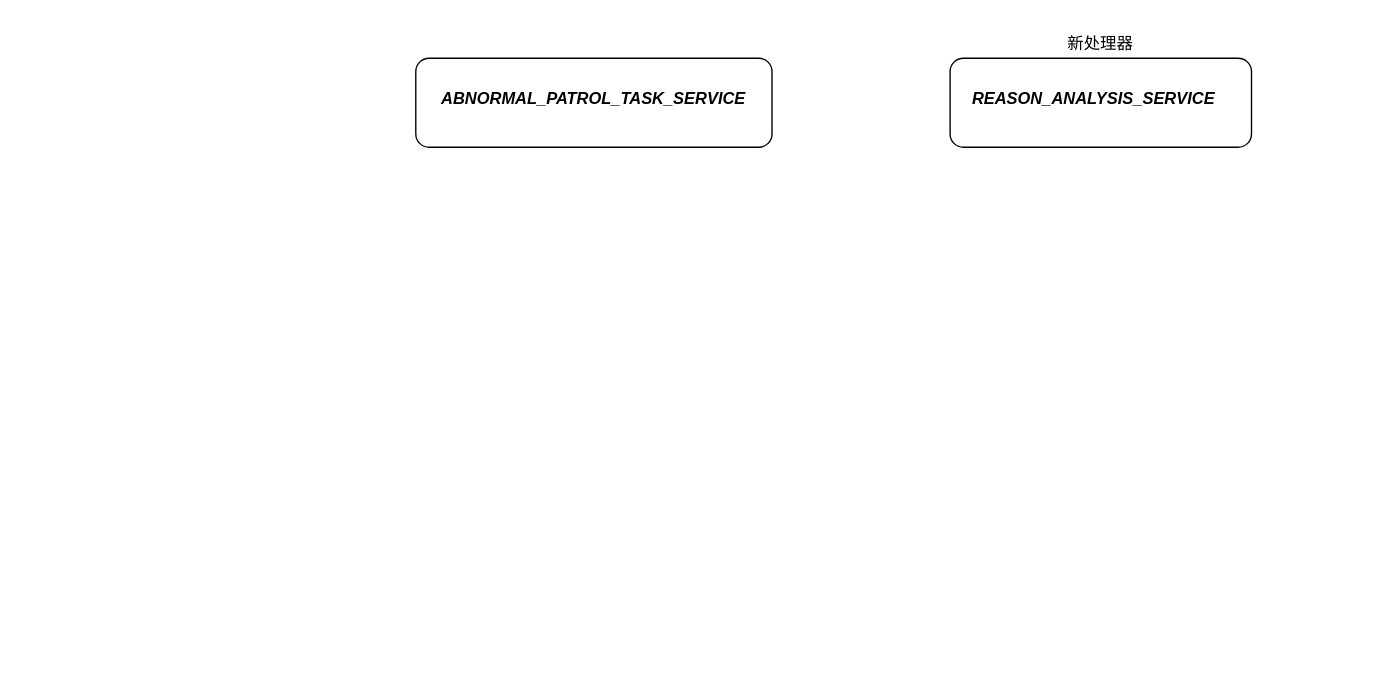
Earlier version of the draw.io diagram 缺肥诊断.drawio (RK-JD/DrawIO). Source tidied: cells renumbered, new cells numbered last; positions are measured from the earlier drawing's top-left corner, leaving out a move shared by most shapes. Both pictures are drawn from the tidied source at 137%, with x=0, y=0 at pixel (415, 23).
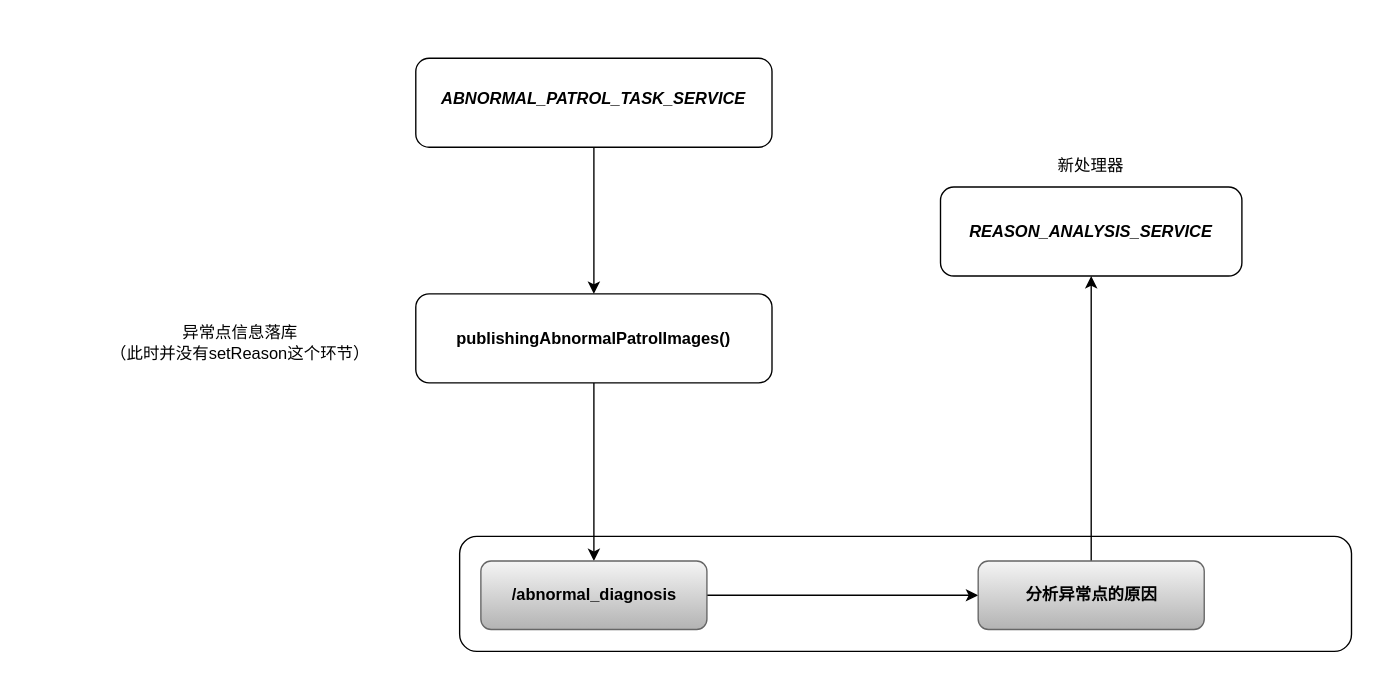
Above is the later version.

Commit message (it also covers changes not shown here):
更新缺肥诊断.drawio

What changed in the source:
```diff
@@
 <mxGraphModel>
   <root>
     <mxCell id="0" />
     <mxCell id="1" parent="0" />
+    <mxCell id="7" style="rounded=1;whiteSpace=wrap;html=1;" parent="1" vertex="1">
+      <mxGeometry x="32" y="374" width="651" height="84" as="geometry" />
+    </mxCell>
+    <mxCell id="8" style="edgeStyle=orthogonalEdgeStyle;rounded=0;jettySize=auto;html=1;exitX=0.5;exitY=1;exitDx=0;exitDy=0;entryX=0.5;entryY=0;entryDx=0;entryDy=0;" parent="1" edge="1" source="9" target="14">
+      <mxGeometry relative="1" as="geometry" />
+    </mxCell>
+    <mxCell id="9" value="&lt;span style=&quot;text-align: left;&quot;&gt;&lt;b&gt;publishingAbnormalPatrolImages()&lt;/b&gt;&lt;/span&gt;" style="rounded=1;whiteSpace=wrap;html=1;" parent="1" vertex="1">
+      <mxGeometry y="197" width="260" height="65" as="geometry" />
+    </mxCell>
-    <mxCell id="2" style="rounded=1;whiteSpace=wrap;html=1;" parent="1" vertex="1">
-      <mxGeometry x="390" y="25" width="220" height="65" as="geometry" />
+    <mxCell id="2" value="&lt;b&gt;&lt;i&gt;REASON_ANALYSIS_SERVICE&lt;/i&gt;&lt;/b&gt;" style="rounded=1;whiteSpace=wrap;html=1;" parent="1" vertex="1">
+      <mxGeometry x="383" y="119" width="220" height="65" as="geometry" />
     </mxCell>
-    <mxCell id="3" value="&lt;b&gt;&lt;i&gt;REASON_ANALYSIS_SERVICE&lt;/i&gt;&lt;/b&gt;" style="text;html=1;align=center;verticalAlign=middle;whiteSpace=wrap;rounded=0;" parent="1" vertex="1">
-      <mxGeometry x="390" y="40" width="210" height="30" as="geometry" />
-    </mxCell>
     <mxCell id="4" value="新处理器" style="text;html=1;align=center;verticalAlign=middle;whiteSpace=wrap;rounded=0;" parent="1" vertex="1">
-      <mxGeometry x="470" width="60" height="30" as="geometry" />
+      <mxGeometry x="463" y="89" width="60" height="30" as="geometry" />
     </mxCell>
+    <mxCell id="10" style="edgeStyle=orthogonalEdgeStyle;rounded=0;jettySize=auto;html=1;exitX=0.5;exitY=1;exitDx=0;exitDy=0;entryX=0.5;entryY=0;entryDx=0;entryDy=0;" parent="1" edge="1" source="5" target="9">
+      <mxGeometry relative="1" as="geometry" />
+    </mxCell>
     <mxCell id="5" style="rounded=1;whiteSpace=wrap;html=1;" parent="1" vertex="1">
       <mxGeometry y="25" width="260" height="65" as="geometry" />
     </mxCell>
     <mxCell id="6" value="&lt;b&gt;&lt;i&gt;ABNORMAL_PATROL_TASK_SERVICE&lt;/i&gt;&lt;/b&gt;" style="text;html=1;align=center;verticalAlign=middle;whiteSpace=wrap;rounded=0;" parent="1" vertex="1">
       <mxGeometry x="25" y="40" width="210" height="30" as="geometry" />
     </mxCell>
+    <mxCell id="11" value="&lt;article class=&quot;4ever-article&quot; data-clipboard-cangjie=&quot;[&amp;quot;root&amp;quot;,{},[&amp;quot;p&amp;quot;,{},[&amp;quot;span&amp;quot;,{&amp;quot;data-type&amp;quot;:&amp;quot;text&amp;quot;},[&amp;quot;span&amp;quot;,{&amp;quot;bold&amp;quot;:true,&amp;quot;fonts&amp;quot;:{&amp;quot;hint&amp;quot;:&amp;quot;eastAsia&amp;quot;},&amp;quot;data-type&amp;quot;:&amp;quot;leaf&amp;quot;},&amp;quot;/&amp;quot;],[&amp;quot;span&amp;quot;,{&amp;quot;bold&amp;quot;:true,&amp;quot;data-type&amp;quot;:&amp;quot;leaf&amp;quot;},&amp;quot;abnormal_diagnosis&amp;quot;]]]]&quot;&gt;&lt;p style=&quot;text-align:left;text-indent:0;margin-left:0;margin-top:0;margin-bottom:0&quot;&gt;&lt;br&gt;&lt;/p&gt;&lt;/article&gt;" style="text;whiteSpace=wrap;html=1;" parent="1" vertex="1">
+      <mxGeometry x="-286" y="357" width="160" height="40" as="geometry" />
+    </mxCell>
+    <mxCell id="12" value="异常点信息落库&lt;div&gt;（此时并没有setReason这个环节）&lt;/div&gt;" style="text;html=1;align=center;verticalAlign=middle;whiteSpace=wrap;rounded=0;" parent="1" vertex="1">
+      <mxGeometry x="-229" y="218" width="202" height="30" as="geometry" />
+    </mxCell>
+    <mxCell id="13" style="edgeStyle=orthogonalEdgeStyle;rounded=0;jettySize=auto;html=1;exitX=1;exitY=0.5;exitDx=0;exitDy=0;" parent="1" edge="1" source="14" target="16">
+      <mxGeometry relative="1" as="geometry" />
+    </mxCell>
+    <mxCell id="14" value="&lt;span style=&quot;text-align: left; font-weight: bold; font-family: undefined, undefined, undefined, undefined;&quot;&gt;/&lt;/span&gt;&lt;span style=&quot;text-align: left; font-weight: bold;&quot;&gt;abnormal_diagnosis&lt;/span&gt;" style="rounded=1;whiteSpace=wrap;html=1;fillColor=#f5f5f5;gradientColor=#b3b3b3;strokeColor=#666666;" parent="1" vertex="1">
+      <mxGeometry x="47.5" y="392" width="165" height="50" as="geometry" />
+    </mxCell>
+    <mxCell id="15" style="edgeStyle=orthogonalEdgeStyle;rounded=0;jettySize=auto;html=1;exitX=0.5;exitY=0;exitDx=0;exitDy=0;entryX=0.5;entryY=1;entryDx=0;entryDy=0;" parent="1" edge="1" source="16" target="2">
+      <mxGeometry relative="1" as="geometry" />
+    </mxCell>
+    <mxCell id="16" value="&lt;div style=&quot;text-align: left;&quot;&gt;&lt;span style=&quot;background-color: initial;&quot;&gt;&lt;font face=&quot;undefined, undefined, undefined, undefined&quot;&gt;&lt;b&gt;分析异常点的原因&lt;/b&gt;&lt;/font&gt;&lt;/span&gt;&lt;/div&gt;" style="rounded=1;whiteSpace=wrap;html=1;fillColor=#f5f5f5;gradientColor=#b3b3b3;strokeColor=#666666;" parent="1" vertex="1">
+      <mxGeometry x="410.5" y="392" width="165" height="50" as="geometry" />
+    </mxCell>
   </root>
 </mxGraphModel>
```
